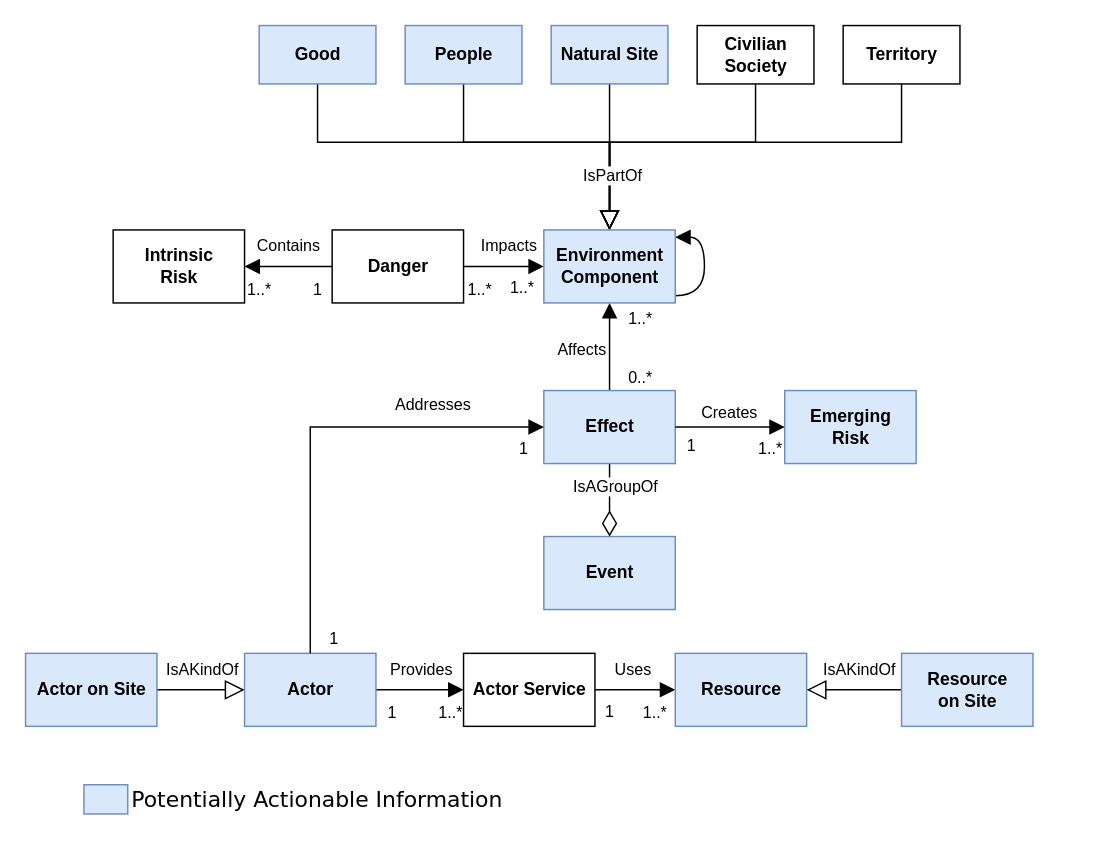
This is figures/chap-3/information-needs.drawio from Kydlaw/Dissertation, a draw.io file, before an edit. Source tidied: cells renumbered, new cells numbered last; positions are measured from the earlier drawing's top-left corner, leaving out a move shared by most shapes. Both pictures are drawn from the tidied source at 146%, with x=0, y=0 at pixel (25, 25).
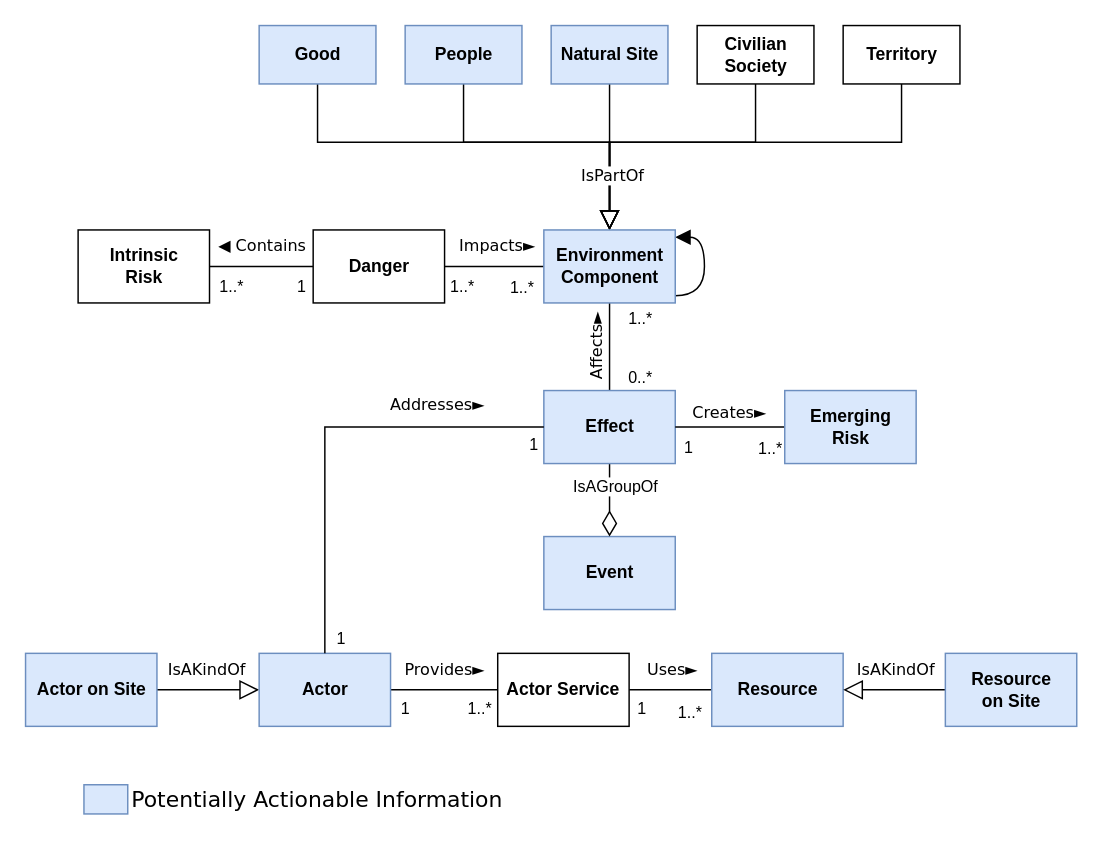
The same page after the edit.

The change refers to these unchanged cells:
```xml
<mxCell id="6" style="edgeStyle=orthogonalEdgeStyle;rounded=0;jettySize=auto;html=1;startArrow=none;startFill=0;endArrow=block;endFill=0;startSize=10;endSize=11;exitX=0.5;exitY=1;exitDx=0;exitDy=0;entryX=0.5;entryY=0;entryDx=0;entryDy=0;" parent="1" edge="1" source="20" target="25">
  <mxGeometry relative="1" as="geometry">
    <Array as="points">
      <mxPoint x="600" y="80" />
      <mxPoint x="400" y="80" />
    </Array>
  </mxGeometry>
</mxCell>
<mxCell id="25" value="&lt;div&gt;Environment&lt;/div&gt;&lt;div&gt;Component&lt;br&gt;&lt;/div&gt;" style="html=1;fontStyle=1;fillColor=#dae8fc;strokeColor=#6c8ebf;" parent="1" vertex="1">
  <mxGeometry x="355" y="140" width="90" height="50" as="geometry" />
</mxCell>
<mxCell id="31" value="Effect" style="html=1;fontStyle=1;fillColor=#dae8fc;strokeColor=#6c8ebf;" parent="1" vertex="1">
  <mxGeometry x="355" y="250" width="90" height="50" as="geometry" />
</mxCell>
<mxCell id="35" value="Emerging&lt;br&gt;Risk" style="html=1;fontStyle=1;fillColor=#dae8fc;strokeColor=#6c8ebf;" parent="1" vertex="1">
  <mxGeometry x="520" y="250" width="90" height="50" as="geometry" />
</mxCell>
<mxCell id="36" style="edgeStyle=none;rounded=0;jettySize=auto;html=1;startArrow=none;startFill=0;endArrow=block;endFill=0;startSize=10;endSize=11;" parent="1" edge="1" source="38" target="43">
  <mxGeometry relative="1" as="geometry" />
</mxCell>
<mxCell id="50" style="edgeStyle=none;rounded=0;jettySize=auto;html=1;startArrow=none;startFill=0;endArrow=block;endFill=0;startSize=10;endSize=11;" parent="1" edge="1" source="52" target="49">
  <mxGeometry relative="1" as="geometry" />
</mxCell>
```

What changed in the source:
```diff
@@
-    <mxCell id="7" value="IsPartOf" style="edgeLabel;html=1;align=center;verticalAlign=middle;" parent="6" vertex="1">
+    <mxCell id="7" value="IsPartOf" style="edgeLabel;html=1;align=center;verticalAlign=middle;fontFamily=Verdana;" parent="6" vertex="1">
       <mxGeometry x="0.71" y="1" relative="1" as="geometry">
         <mxPoint y="5" as="offset" />
       </mxGeometry>
     </mxCell>
@@
-    <mxCell id="9" value="1..*" style="rounded=0;jettySize=auto;html=1;startArrow=none;startFill=0;endArrow=block;endFill=1;startSize=10;endSize=8;entryX=0;entryY=0.5;entryDx=0;entryDy=0;exitX=1;exitY=0.5;exitDx=0;exitDy=0;" parent="1" edge="1" source="26" target="25">
-      <mxGeometry x="0.45" y="-15" relative="1" as="geometry">
+    <mxCell id="9" value="1..*" style="rounded=0;jettySize=auto;html=1;startArrow=none;startFill=0;endArrow=none;endFill=0;startSize=10;endSize=8;entryX=0;entryY=0.5;entryDx=0;entryDy=0;exitX=1;exitY=0.5;exitDx=0;exitDy=0;" parent="1" edge="1" source="26" target="25">
+      <mxGeometry x="0.56" y="-15" relative="1" as="geometry">
         <Array as="points">
           <mxPoint x="330" y="165" />
         </Array>
       </mxGeometry>
     </mxCell>
-    <mxCell id="10" value="Impacts" style="edgeLabel;html=1;align=center;verticalAlign=middle;" parent="9" vertex="1">
+    <mxCell id="10" value="Impacts►" style="edgeLabel;html=1;align=center;verticalAlign=middle;fontFamily=Verdana;" parent="9" vertex="1">
       <mxGeometry x="-0.19" y="-1" relative="1" as="geometry">
-        <mxPoint x="8" y="-16" as="offset" />
+        <mxPoint x="7" y="-16" as="offset" />
       </mxGeometry>
     </mxCell>
     <mxCell id="11" value="1..*" style="edgeLabel;html=1;align=center;verticalAlign=middle;" parent="9" vertex="1">
       <mxGeometry x="-0.11" y="-1" relative="1" as="geometry">
-        <mxPoint x="-14" y="14" as="offset" />
+        <mxPoint x="-19" y="12" as="offset" />
       </mxGeometry>
     </mxCell>
-    <mxCell id="12" style="edgeStyle=none;rounded=0;jettySize=auto;html=1;startArrow=none;startFill=0;endArrow=block;endFill=1;startSize=10;endSize=8;exitX=0;exitY=0.5;exitDx=0;exitDy=0;entryX=1;entryY=0.5;entryDx=0;entryDy=0;" parent="1" edge="1" source="26" target="27">
+    <mxCell id="12" style="edgeStyle=none;rounded=0;jettySize=auto;html=1;startArrow=none;startFill=0;endArrow=none;endFill=0;startSize=10;endSize=8;exitX=0;exitY=0.5;exitDx=0;exitDy=0;entryX=1;entryY=0.5;entryDx=0;entryDy=0;" parent="1" edge="1" source="26" target="27">
       <mxGeometry relative="1" as="geometry" />
     </mxCell>
-    <mxCell id="13" value="Contains" style="edgeLabel;html=1;align=center;verticalAlign=middle;" parent="12" vertex="1">
+    <mxCell id="13" value="◀ Contains" style="edgeLabel;html=1;align=center;verticalAlign=middle;fontFamily=Verdana;" parent="12" vertex="1">
       <mxGeometry x="-0.21" y="1" relative="1" as="geometry">
-        <mxPoint x="-7" y="-16" as="offset" />
+        <mxPoint x="-8" y="-16" as="offset" />
       </mxGeometry>
     </mxCell>
     <mxCell id="14" value="1..*" style="edgeLabel;html=1;align=center;verticalAlign=middle;" parent="12" vertex="1">
       <mxGeometry x="-0.21" y="1" relative="1" as="geometry">
-        <mxPoint x="-27" y="14" as="offset" />
+        <mxPoint x="-29" y="12" as="offset" />
       </mxGeometry>
     </mxCell>
     <mxCell id="15" value="1" style="edgeLabel;html=1;align=center;verticalAlign=middle;" parent="12" vertex="1">
       <mxGeometry x="-0.17" y="-1" relative="1" as="geometry">
-        <mxPoint x="14" y="16" as="offset" />
+        <mxPoint x="20" y="14" as="offset" />
       </mxGeometry>
     </mxCell>
@@
-    <mxCell id="21" style="edgeStyle=none;rounded=0;jettySize=auto;html=1;startArrow=block;startFill=1;endArrow=none;endFill=0;startSize=8;endSize=8;" parent="1" edge="1" source="25" target="31">
+    <mxCell id="21" style="edgeStyle=none;rounded=0;jettySize=auto;html=1;startArrow=none;startFill=0;endArrow=none;endFill=0;startSize=8;endSize=8;" parent="1" edge="1" source="25" target="31">
       <mxGeometry relative="1" as="geometry" />
     </mxCell>
-    <mxCell id="22" value="Affects" style="edgeLabel;html=1;align=center;verticalAlign=middle;" parent="21" vertex="1">
+    <mxCell id="22" value="Affects►" style="edgeLabel;html=1;align=center;verticalAlign=middle;fontFamily=Verdana;rotation=-90;" parent="21" vertex="1">
       <mxGeometry x="0.15" y="-1" relative="1" as="geometry">
-        <mxPoint x="-19" y="-4" as="offset" />
+        <mxPoint x="-9" y="-4" as="offset" />
       </mxGeometry>
     </mxCell>
@@
     <mxCell id="26" value="Danger" style="html=1;fontStyle=1;" parent="1" vertex="1">
-      <mxGeometry x="210" y="140" width="90" height="50" as="geometry" />
+      <mxGeometry x="197" y="140" width="90" height="50" as="geometry" />
     </mxCell>
     <mxCell id="27" value="Intrinsic&lt;br&gt;Risk" style="html=1;fontStyle=1;" parent="1" vertex="1">
-      <mxGeometry x="60" y="140" width="90" height="50" as="geometry" />
+      <mxGeometry x="36" y="140" width="90" height="50" as="geometry" />
     </mxCell>
@@
-    <mxCell id="32" value="1..*" style="edgeStyle=none;rounded=0;jettySize=auto;html=1;entryX=1;entryY=0.5;entryDx=0;entryDy=0;startArrow=block;startFill=1;endArrow=none;endFill=0;startSize=8;endSize=8;" parent="1" edge="1" source="35" target="31">
-      <mxGeometry x="-0.73" y="15" relative="1" as="geometry" />
+    <mxCell id="32" value="1..*" style="edgeStyle=none;rounded=0;orthogonalLoop=1;jettySize=auto;html=1;entryX=1;entryY=0.5;entryDx=0;entryDy=0;startArrow=none;startFill=0;endArrow=none;endFill=0;startSize=8;endSize=8;" parent="1" edge="1">
+      <mxGeometry x="-0.73" y="15" relative="1" as="geometry">
+        <mxPoint x="520" y="275" as="sourcePoint" />
+        <mxPoint x="445" y="275" as="targetPoint" />
+      </mxGeometry>
     </mxCell>
-    <mxCell id="33" value="Creates" style="edgeLabel;html=1;align=center;verticalAlign=middle;" parent="32" vertex="1">
+    <mxCell id="33" value="Creates►" style="edgeLabel;html=1;align=center;verticalAlign=middle;fontFamily=Verdana;" parent="32" vertex="1">
       <mxGeometry x="-0.07" relative="1" as="geometry">
         <mxPoint x="-4" y="-11" as="offset" />
       </mxGeometry>
     </mxCell>
     <mxCell id="34" value="1" style="edgeLabel;html=1;align=center;verticalAlign=middle;" parent="32" vertex="1">
       <mxGeometry x="0.1" relative="1" as="geometry">
-        <mxPoint x="-24" y="12" as="offset" />
+        <mxPoint x="-26" y="13" as="offset" />
       </mxGeometry>
     </mxCell>
@@
-    <mxCell id="37" value="IsAKindOf" style="edgeLabel;html=1;align=center;verticalAlign=middle;" parent="36" vertex="1">
+    <mxCell id="37" value="IsAKindOf" style="edgeLabel;html=1;align=center;verticalAlign=middle;fontFamily=Verdana;" parent="36" vertex="1">
       <mxGeometry x="-0.5" relative="1" as="geometry">
         <mxPoint x="15" y="-15" as="offset" />
       </mxGeometry>
     </mxCell>
@@
-    <mxCell id="39" style="edgeStyle=none;rounded=0;jettySize=auto;html=1;startArrow=none;startFill=0;endArrow=block;endFill=1;startSize=8;endSize=8;" parent="1" edge="1" source="43" target="48">
+    <mxCell id="39" style="edgeStyle=none;rounded=0;jettySize=auto;html=1;startArrow=none;startFill=0;endArrow=none;endFill=0;startSize=8;endSize=8;" parent="1" edge="1" source="43" target="48">
       <mxGeometry relative="1" as="geometry" />
     </mxCell>
-    <mxCell id="40" value="Provides" style="edgeLabel;html=1;align=center;verticalAlign=middle;" parent="39" vertex="1">
+    <mxCell id="40" value="Provides►" style="edgeLabel;html=1;align=center;verticalAlign=middle;fontFamily=Verdana;" parent="39" vertex="1">
       <mxGeometry x="-0.15" relative="1" as="geometry">
-        <mxPoint x="4" y="-15" as="offset" />
+        <mxPoint x="5" y="-15" as="offset" />
       </mxGeometry>
     </mxCell>
     <mxCell id="41" value="1" style="edgeLabel;html=1;align=center;verticalAlign=middle;" parent="39" vertex="1">
       <mxGeometry x="0.14" y="1" relative="1" as="geometry">
-        <mxPoint x="-24" y="16" as="offset" />
+        <mxPoint x="-33" y="13" as="offset" />
       </mxGeometry>
     </mxCell>
     <mxCell id="42" value="1..*" style="edgeLabel;html=1;align=center;verticalAlign=middle;" parent="39" vertex="1">
       <mxGeometry x="0.22" y="-2" relative="1" as="geometry">
-        <mxPoint x="13" y="13" as="offset" />
+        <mxPoint x="15" y="10" as="offset" />
       </mxGeometry>
     </mxCell>
     <mxCell id="43" value="Actor" style="html=1;fontStyle=1;fillColor=#dae8fc;strokeColor=#6c8ebf;" parent="1" vertex="1">
-      <mxGeometry x="150" y="430" width="90" height="50" as="geometry" />
+      <mxGeometry x="160" y="430" width="90" height="50" as="geometry" />
     </mxCell>
-    <mxCell id="44" style="edgeStyle=none;rounded=0;jettySize=auto;html=1;startArrow=none;startFill=0;endArrow=block;endFill=1;startSize=8;endSize=8;" parent="1" edge="1" source="48" target="49">
+    <mxCell id="44" style="edgeStyle=none;rounded=0;jettySize=auto;html=1;startArrow=none;startFill=0;endArrow=none;endFill=0;startSize=8;endSize=8;" parent="1" edge="1" source="48" target="49">
       <mxGeometry relative="1" as="geometry" />
     </mxCell>
-    <mxCell id="45" value="Uses" style="edgeLabel;html=1;align=center;verticalAlign=middle;" parent="44" vertex="1">
+    <mxCell id="45" value="Uses►" style="edgeLabel;html=1;align=center;verticalAlign=middle;fontFamily=Verdana;" parent="44" vertex="1">
       <mxGeometry x="-0.22" y="1" relative="1" as="geometry">
-        <mxPoint x="4" y="-14" as="offset" />
+        <mxPoint x="7" y="-14" as="offset" />
       </mxGeometry>
     </mxCell>
@@
     <mxCell id="47" value="1" style="edgeLabel;html=1;align=center;verticalAlign=middle;" parent="44" vertex="1">
       <mxGeometry x="0.34" relative="1" as="geometry">
-        <mxPoint x="-28" y="14" as="offset" />
+        <mxPoint x="-30" y="12" as="offset" />
       </mxGeometry>
     </mxCell>
     <mxCell id="48" value="Actor Service" style="html=1;fontStyle=1;" parent="1" vertex="1">
-      <mxGeometry x="300" y="430" width="90" height="50" as="geometry" />
+      <mxGeometry x="323.4" y="430" width="90" height="50" as="geometry" />
     </mxCell>
     <mxCell id="49" value="Resource" style="html=1;fontStyle=1;fillColor=#dae8fc;strokeColor=#6c8ebf;" parent="1" vertex="1">
-      <mxGeometry x="445" y="430" width="90" height="50" as="geometry" />
+      <mxGeometry x="470" y="430" width="90" height="50" as="geometry" />
     </mxCell>
@@
-    <mxCell id="51" value="IsAKindOf" style="edgeLabel;html=1;align=center;verticalAlign=middle;" parent="50" vertex="1">
+    <mxCell id="51" value="IsAKindOf" style="edgeLabel;html=1;align=center;verticalAlign=middle;fontFamily=Verdana;" parent="50" vertex="1">
       <mxGeometry x="-0.17" y="-2" relative="1" as="geometry">
-        <mxPoint x="-3" y="-13" as="offset" />
+        <mxPoint x="-6" y="-13" as="offset" />
       </mxGeometry>
     </mxCell>
     <mxCell id="52" value="Resource&lt;br&gt;on Site" style="html=1;fontStyle=1;fillColor=#dae8fc;strokeColor=#6c8ebf;" parent="1" vertex="1">
-      <mxGeometry x="600" y="430" width="90" height="50" as="geometry" />
+      <mxGeometry x="630" y="430" width="90" height="50" as="geometry" />
     </mxCell>
-    <mxCell id="53" value="Addresses" style="edgeStyle=none;rounded=0;jettySize=auto;html=1;startArrow=none;startFill=0;endArrow=block;endFill=1;startSize=8;endSize=8;exitX=0.5;exitY=0;exitDx=0;exitDy=0;" parent="1" edge="1" source="43" target="31">
+    <mxCell id="53" value="Addresses►" style="edgeStyle=none;rounded=0;jettySize=auto;html=1;startArrow=none;startFill=0;endArrow=none;endFill=0;startSize=8;endSize=8;exitX=0.5;exitY=0;exitDx=0;exitDy=0;fontFamily=Verdana;" parent="1" edge="1" source="43" target="31">
       <mxGeometry x="0.52" y="15" relative="1" as="geometry">
         <Array as="points">
-          <mxPoint x="195" y="275" />
+          <mxPoint x="205" y="275" />
         </Array>
       </mxGeometry>
     </mxCell>
     <mxCell id="54" value="1" style="edgeLabel;html=1;align=center;verticalAlign=middle;" parent="53" vertex="1">
       <mxGeometry x="-0.12" y="3" relative="1" as="geometry">
-        <mxPoint x="18" y="128" as="offset" />
+        <mxPoint x="13" y="123" as="offset" />
       </mxGeometry>
     </mxCell>
     <mxCell id="55" value="1" style="edgeLabel;html=1;align=center;verticalAlign=middle;" parent="53" vertex="1">
       <mxGeometry x="-0.12" y="3" relative="1" as="geometry">
-        <mxPoint x="148" y="-2" as="offset" />
+        <mxPoint x="145" y="-10" as="offset" />
       </mxGeometry>
     </mxCell>
```
